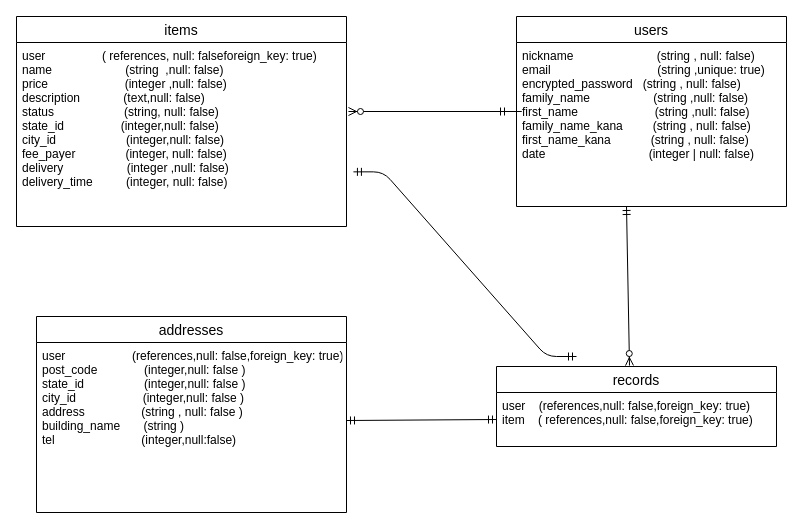
Above: test.dio in yudaiishiyama/furima-38009 (draw.io), before the change. Source tidied: cells renumbered, new cells numbered last; positions are measured from the earlier drawing's top-left corner, leaving out a move shared by most shapes. Both pictures are drawn from the tidied source at 100%, with x=0, y=0 at pixel (16, 16).
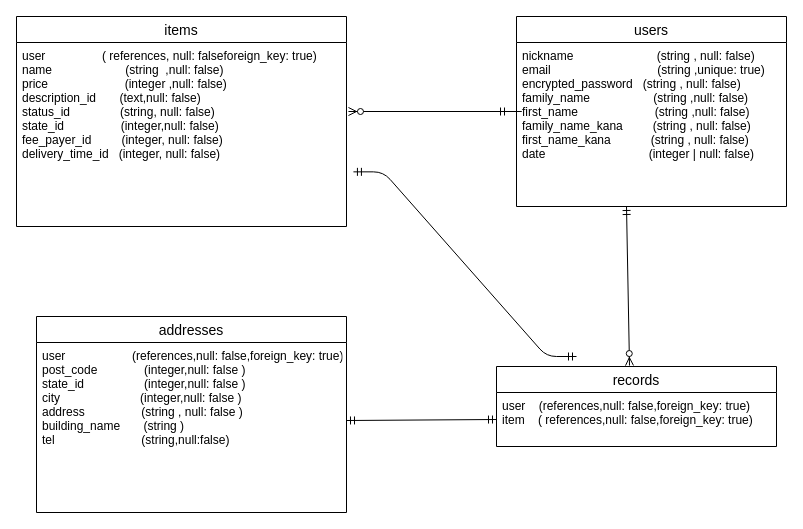
The same page after the edit.

Diff of the diagram source:
```diff
@@
 <mxGraphModel>
   <root>
     <mxCell id="0" />
     <mxCell id="1" parent="0" />
     <mxCell id="2" value="addresses" style="swimlane;fontStyle=0;horizontal=1;startSize=26;align=center;fontSize=14;" parent="1" vertex="1">
       <mxGeometry x="20" y="300" width="310" height="196" as="geometry" />
     </mxCell>
-    <mxCell id="3" value="user                    (references,null: false,foreign_key: true)&#10;post_code              (integer,null: false )&#10;state_id                  (integer,null: false )&#10;city_id                    (integer,null: false )&#10;address                 (string , null: false )&#10;building_name       (string )&#10;tel                          (integer,null:false)" style="text;strokeColor=none;fillColor=none;spacingLeft=4;spacingRight=4;overflow=hidden;fontSize=12;" parent="2" vertex="1">
+    <mxCell id="3" value="user                    (references,null: false,foreign_key: true)&#10;post_code              (integer,null: false )&#10;state_id                  (integer,null: false )&#10;city                        (integer,null: false )&#10;address                 (string , null: false )&#10;building_name       (string )&#10;tel                          (string,null:false)" style="text;strokeColor=none;fillColor=none;spacingLeft=4;spacingRight=4;overflow=hidden;fontSize=12;" parent="2" vertex="1">
       <mxGeometry y="26" width="310" height="170" as="geometry" />
     </mxCell>
     <mxCell id="4" value="records" style="swimlane;fontStyle=0;horizontal=1;startSize=26;align=center;fontSize=14;" parent="1" vertex="1">
       <mxGeometry x="480" y="350" width="280" height="80" as="geometry" />
     </mxCell>
     <mxCell id="5" value="user    (references,null: false,foreign_key: true)&#10;item    ( references,null: false,foreign_key: true)" style="text;strokeColor=none;fillColor=none;spacingLeft=4;spacingRight=4;overflow=hidden;points=[[0,0.5],[1,0.5]];portConstraint=eastwest;fontSize=12;" parent="4" vertex="1">
       <mxGeometry y="26" width="280" height="54" as="geometry" />
     </mxCell>
     <mxCell id="6" value="users" style="swimlane;fontStyle=0;horizontal=1;startSize=26;align=center;fontSize=14;" parent="1" vertex="1">
       <mxGeometry x="500" width="270" height="190" as="geometry" />
     </mxCell>
     <mxCell id="7" value="nickname                         (string , null: false)&#10;email                                (string ,unique: true)&#10;encrypted_password   (string , null: false)&#10;family_name                   (string ,null: false)&#10;first_name                       (string ,null: false)&#10;family_name_kana         (string , null: false)&#10;first_name_kana            (string , null: false)&#10;date                               (integer | null: false)&#10;" style="text;strokeColor=none;fillColor=none;spacingLeft=4;spacingRight=4;overflow=hidden;fontSize=12;" parent="6" vertex="1">
       <mxGeometry y="26" width="270" height="164" as="geometry" />
     </mxCell>
     <mxCell id="8" value="items" style="swimlane;fontStyle=0;horizontal=1;startSize=26;align=center;fontSize=14;" parent="1" vertex="1">
       <mxGeometry width="330" height="210" as="geometry" />
     </mxCell>
-    <mxCell id="9" value=" user                 ( references, null: falseforeign_key: true)&#10; name                      (string  ,null: false)&#10; price                       (integer ,null: false)&#10; description             (text,null: false)&#10; status                     (string, null: false)&#10; state_id                 (integer,null: false)&#10; city_id                     (integer,null: false)&#10; fee_payer               (integer, null: false)&#10; delivery                   (integer ,null: false)&#10; delivery_time          (integer, null: false)" style="text;strokeColor=none;fillColor=none;spacingLeft=4;spacingRight=4;overflow=hidden;points=[[0,0.5],[1,0.5]];portConstraint=eastwest;fontSize=12;" parent="8" vertex="1">
+    <mxCell id="9" value=" user                 ( references, null: falseforeign_key: true)&#10; name                      (string  ,null: false)&#10; price                       (integer ,null: false)&#10; description_id       (text,null: false)&#10; status_id               (string, null: false)&#10; state_id                 (integer,null: false)&#10; fee_payer_id         (integer, null: false)&#10; delivery_time_id   (integer, null: false)" style="text;strokeColor=none;fillColor=none;spacingLeft=4;spacingRight=4;overflow=hidden;points=[[0,0.5],[1,0.5]];portConstraint=eastwest;fontSize=12;" parent="8" vertex="1">
       <mxGeometry y="26" width="330" height="184" as="geometry" />
     </mxCell>
     <mxCell id="10" style="edgeStyle=entityRelationEdgeStyle;fontSize=12;html=1;endArrow=ERzeroToMany;startArrow=ERmandOne;entryX=1.006;entryY=0.375;entryDx=0;entryDy=0;entryPerimeter=0;" parent="1" edge="1" target="9">
       <mxGeometry relative="1" as="geometry">
         <mxPoint x="480" y="95" as="sourcePoint" />
       </mxGeometry>
     </mxCell>
     <mxCell id="11" style="fontSize=12;html=1;endArrow=ERzeroToMany;startArrow=ERmandOne;entryX=0.475;entryY=-0.012;entryDx=0;entryDy=0;entryPerimeter=0;" parent="1" edge="1" target="4">
       <mxGeometry relative="1" as="geometry">
         <mxPoint x="610" y="190" as="sourcePoint" />
       </mxGeometry>
     </mxCell>
     <mxCell id="12" style="edgeStyle=entityRelationEdgeStyle;fontSize=12;html=1;endArrow=ERmandOne;startArrow=ERmandOne;exitX=1.021;exitY=0.703;exitDx=0;exitDy=0;exitPerimeter=0;" parent="1" edge="1" source="9">
       <mxGeometry relative="1" as="geometry">
         <mxPoint x="560" y="340" as="targetPoint" />
       </mxGeometry>
     </mxCell>
     <mxCell id="13" style="fontSize=12;html=1;endArrow=ERmandOne;startArrow=ERmandOne;entryX=0;entryY=0.5;entryDx=0;entryDy=0;" parent="1" edge="1" target="5">
       <mxGeometry relative="1" as="geometry">
         <mxPoint x="330" y="404" as="sourcePoint" />
       </mxGeometry>
     </mxCell>
   </root>
 </mxGraphModel>
```
